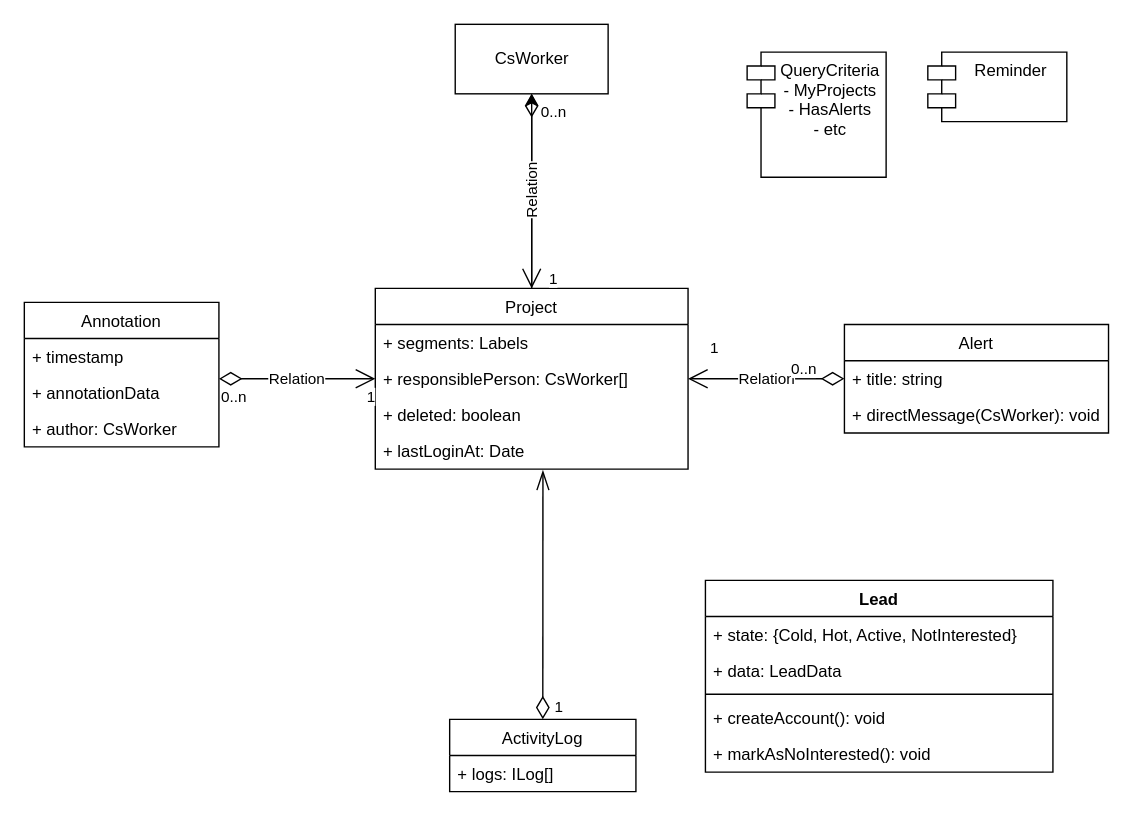
Earlier version of the draw.io diagram Untitled Diagram.drawio (shults/test-task). Source tidied: cells renumbered, new cells numbered last; positions are measured from the earlier drawing's top-left corner, leaving out a move shared by most shapes. Both pictures are drawn from the tidied source at 139%, with x=0, y=0 at pixel (24, 24).
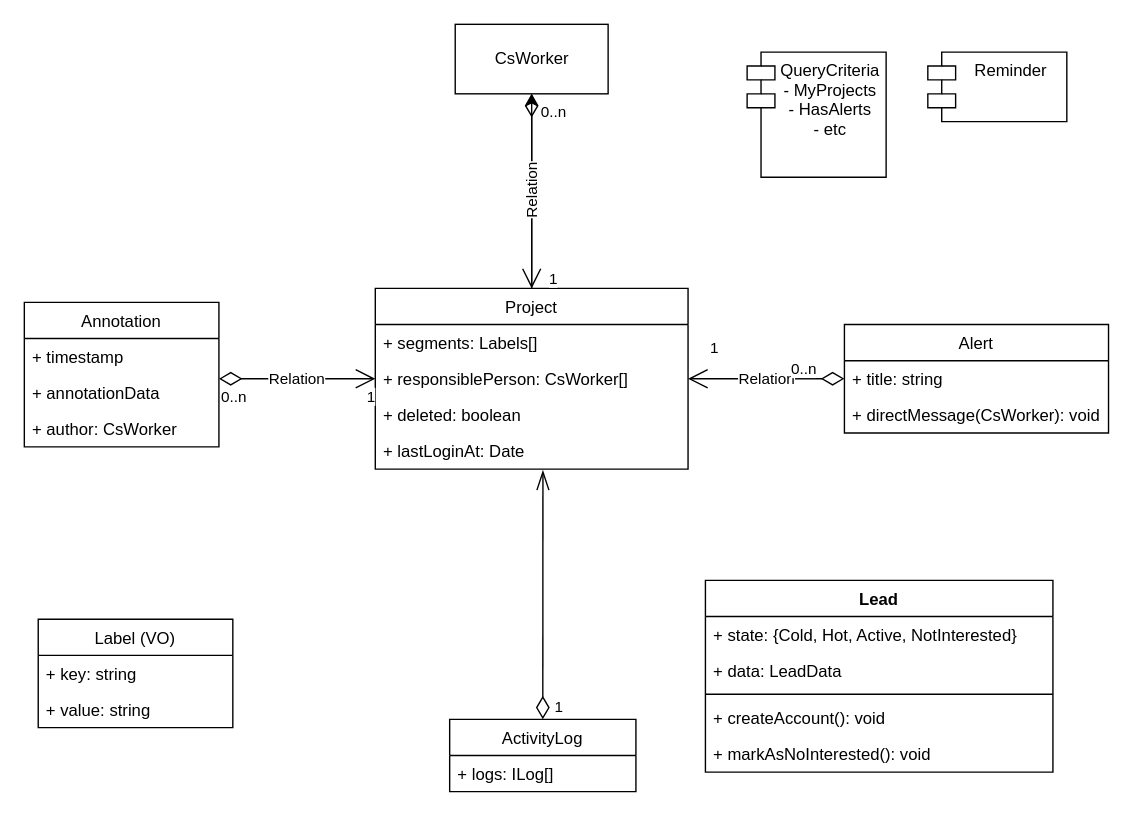
Above is the later version.

The change refers to these unchanged cells:
```xml
<mxCell id="4" value="Project" style="swimlane;fontStyle=0;horizontal=1;startSize=26;fillColor=none;" parent="1" vertex="1">
  <mxGeometry x="252.5" y="190" width="225" height="130" as="geometry" />
</mxCell>
```

What changed in the source:
```diff
@@
-    <mxCell id="5" value="+ segments: Labels&#10;" style="text;strokeColor=none;fillColor=none;align=left;verticalAlign=top;spacingLeft=4;spacingRight=4;overflow=hidden;" parent="4" vertex="1">
+    <mxCell id="5" value="+ segments: Labels[]&#10;" style="text;strokeColor=none;fillColor=none;align=left;verticalAlign=top;spacingLeft=4;spacingRight=4;overflow=hidden;" parent="4" vertex="1">
       <mxGeometry y="26" width="225" height="26" as="geometry" />
     </mxCell>
@@
+    <mxCell id="36" value="Label (VO)" style="swimlane;fontStyle=0;horizontal=1;startSize=26;fillColor=none;" parent="1" vertex="1">
+      <mxGeometry x="10" y="428" width="140" height="78" as="geometry" />
+    </mxCell>
+    <mxCell id="37" value="+ key: string" style="text;strokeColor=none;fillColor=none;align=left;verticalAlign=top;spacingLeft=4;spacingRight=4;overflow=hidden;" parent="36" vertex="1">
+      <mxGeometry y="26" width="140" height="26" as="geometry" />
+    </mxCell>
+    <mxCell id="38" value="+ value: string" style="text;strokeColor=none;fillColor=none;align=left;verticalAlign=top;spacingLeft=4;spacingRight=4;overflow=hidden;" parent="36" vertex="1">
+      <mxGeometry y="52" width="140" height="26" as="geometry" />
+    </mxCell>
```
